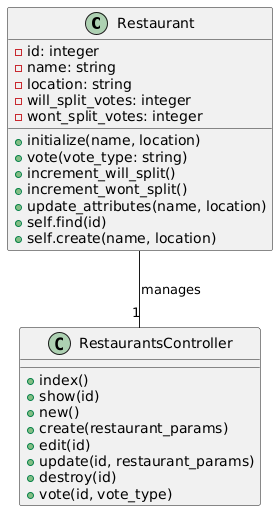
This is uml.png from khashayar-h/SplitTheCheck, a PlantUML export, as it was before one commit. The source it was exported from:
```plantuml
@startuml
class Restaurant {
  - id: integer
  - name: string
  - location: string
  - will_split_votes: integer
  - wont_split_votes: integer
  + initialize(name, location)
  + vote(vote_type: string)
  + increment_will_split()
  + increment_wont_split()
  + update_attributes(name, location)
  + self.find(id)
  + self.create(name, location)
}

class RestaurantsController {
  + index()
  + show(id)
  + new()
  + create(restaurant_params)
  + edit(id)
  + update(id, restaurant_params)
  + destroy(id)
  + vote(id, vote_type)
}

Restaurant -- "1" RestaurantsController : manages
@enduml
```
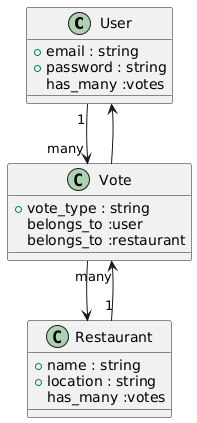
After the change.

Commit message:
updated class and state diagram

Change to the diagram source:
```diff
@@ -1,29 +1,24 @@
 @startuml
-class Restaurant {
-  - id: integer
-  - name: string
-  - location: string
-  - will_split_votes: integer
-  - wont_split_votes: integer
-  + initialize(name, location)
-  + vote(vote_type: string)
-  + increment_will_split()
-  + increment_wont_split()
-  + update_attributes(name, location)
-  + self.find(id)
-  + self.create(name, location)
+class User {
+  +email : string
+  +password : string
+  has_many :votes
 }
 
-class RestaurantsController {
-  + index()
-  + show(id)
-  + new()
-  + create(restaurant_params)
-  + edit(id)
-  + update(id, restaurant_params)
-  + destroy(id)
-  + vote(id, vote_type)
+class Restaurant {
+  +name : string
+  +location : string
+  has_many :votes
 }
 
-Restaurant -- "1" RestaurantsController : manages
+class Vote {
+  +vote_type : string
+  belongs_to :user
+  belongs_to :restaurant
+}
+
+User "1" --> "many" Vote
+Restaurant "1" --> "many" Vote
+Vote --> User
+Vote --> Restaurant
 @enduml
```
